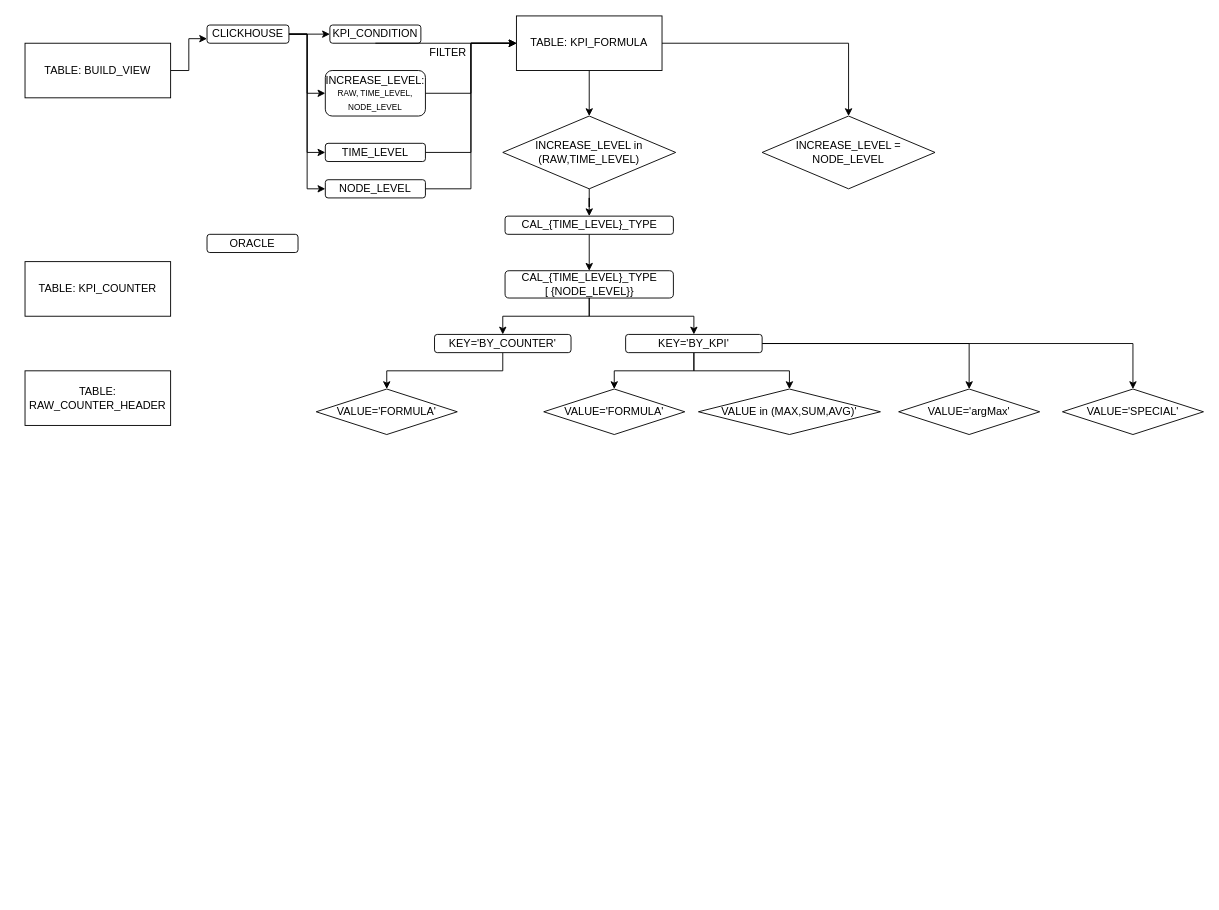
dinhthengoc2021998/hello-world keeps this draw.io diagram as Untitled Diagram.drawio. Above is the earlier version. Source tidied: cells renumbered, new cells numbered last; positions are measured from the earlier drawing's top-left corner, leaving out a move shared by most shapes. Both pictures are drawn from the tidied source at 91%, with x=0, y=0 at pixel (25, 15).
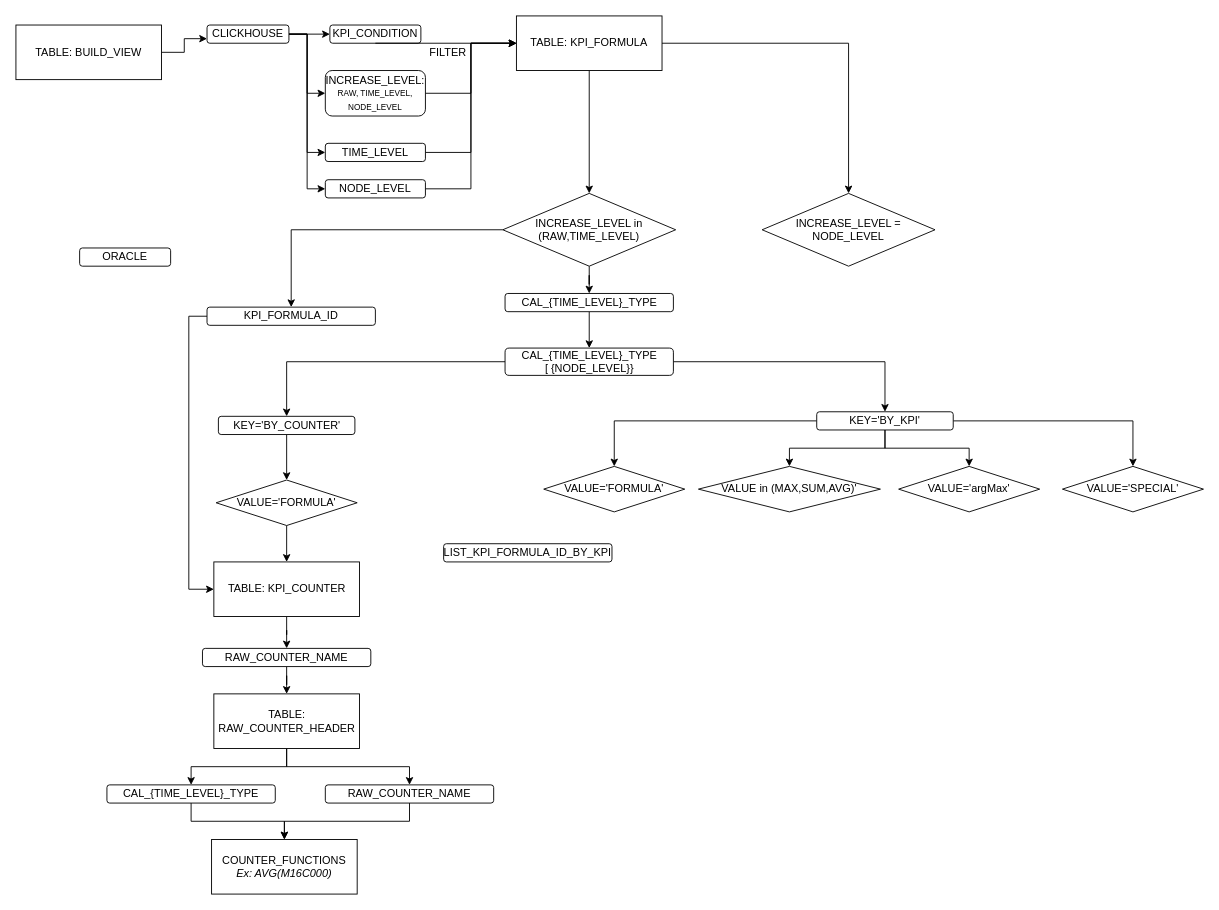
The same page after the edit.

The edit, as a diff of the source:
```diff
@@
     <mxCell id="3" value="TABLE: BUILD_VIEW" style="rounded=0;whiteSpace=wrap;html=1;" parent="1" vertex="1">
-      <mxGeometry y="30" width="160" height="60" as="geometry" />
+      <mxGeometry x="-10" y="10" width="160" height="60" as="geometry" />
     </mxCell>
@@
+    <mxCell id="44" style="edgeStyle=orthogonalEdgeStyle;rounded=0;jettySize=auto;html=1;entryX=0.5;entryY=0;entryDx=0;entryDy=0;" parent="1" edge="1" source="7" target="52">
+      <mxGeometry relative="1" as="geometry" />
+    </mxCell>
     <mxCell id="7" value="TABLE: KPI_COUNTER" style="rounded=0;whiteSpace=wrap;html=1;" parent="1" vertex="1">
-      <mxGeometry y="270" width="160" height="60" as="geometry" />
+      <mxGeometry x="207.5" y="600" width="160" height="60" as="geometry" />
     </mxCell>
+    <mxCell id="45" style="edgeStyle=orthogonalEdgeStyle;rounded=0;jettySize=auto;html=1;entryX=0.5;entryY=0;entryDx=0;entryDy=0;" parent="1" edge="1" source="8" target="54">
+      <mxGeometry relative="1" as="geometry" />
+    </mxCell>
+    <mxCell id="46" style="edgeStyle=orthogonalEdgeStyle;rounded=0;jettySize=auto;html=1;" parent="1" edge="1" source="8" target="56">
+      <mxGeometry relative="1" as="geometry" />
+    </mxCell>
     <mxCell id="8" value="TABLE: RAW_COUNTER_HEADER" style="rounded=0;whiteSpace=wrap;html=1;" parent="1" vertex="1">
-      <mxGeometry y="390" width="160" height="60" as="geometry" />
+      <mxGeometry x="207.5" y="745" width="160" height="60" as="geometry" />
     </mxCell>
@@
     <mxCell id="14" value="ORACLE" style="rounded=1;whiteSpace=wrap;html=1;" parent="1" vertex="1">
-      <mxGeometry x="200" y="240" width="100" height="20" as="geometry" />
+      <mxGeometry x="60" y="255" width="100" height="20" as="geometry" />
     </mxCell>
@@
+    <mxCell id="47" style="edgeStyle=orthogonalEdgeStyle;rounded=0;jettySize=auto;html=1;" parent="1" edge="1" source="23" target="50">
+      <mxGeometry relative="1" as="geometry" />
+    </mxCell>
     <mxCell id="23" value="INCREASE_LEVEL in (RAW,TIME_LEVEL)" style="rhombus;whiteSpace=wrap;html=1;" parent="1" vertex="1">
-      <mxGeometry x="525" y="110" width="190" height="80" as="geometry" />
+      <mxGeometry x="525" y="195" width="190" height="80" as="geometry" />
     </mxCell>
     <mxCell id="24" value="INCREASE_LEVEL = NODE_LEVEL" style="rhombus;whiteSpace=wrap;html=1;" parent="1" vertex="1">
-      <mxGeometry x="810" y="110" width="190" height="80" as="geometry" />
+      <mxGeometry x="810" y="195" width="190" height="80" as="geometry" />
     </mxCell>
@@
     <mxCell id="26" value="CAL_{TIME_LEVEL}_TYPE" style="rounded=1;whiteSpace=wrap;html=1;" parent="1" vertex="1">
-      <mxGeometry x="527.5" y="220" width="185" height="20" as="geometry" />
+      <mxGeometry x="527.5" y="305" width="185" height="20" as="geometry" />
     </mxCell>
@@
     <mxCell id="31" value="CAL_{TIME_LEVEL}_TYPE &lt;br&gt;[ {NODE_LEVEL}}" style="rounded=1;whiteSpace=wrap;html=1;" parent="1" vertex="1">
-      <mxGeometry x="527.5" y="280" width="185" height="30" as="geometry" />
+      <mxGeometry x="527.5" y="365" width="185" height="30" as="geometry" />
     </mxCell>
@@
     <mxCell id="33" value="KEY='BY_COUNTER'" style="rounded=1;whiteSpace=wrap;html=1;" parent="1" vertex="1">
-      <mxGeometry x="450" y="350" width="150" height="20" as="geometry" />
+      <mxGeometry x="212.5" y="440" width="150" height="20" as="geometry" />
     </mxCell>
@@
     <mxCell id="38" value="KEY='BY_KPI'" style="rounded=1;whiteSpace=wrap;html=1;" parent="1" vertex="1">
-      <mxGeometry x="660" y="350" width="150" height="20" as="geometry" />
+      <mxGeometry x="870" y="435" width="150" height="20" as="geometry" />
     </mxCell>
+    <mxCell id="48" style="edgeStyle=orthogonalEdgeStyle;rounded=0;jettySize=auto;html=1;" parent="1" edge="1" source="39" target="7">
+      <mxGeometry relative="1" as="geometry" />
+    </mxCell>
     <mxCell id="39" value="VALUE='FORMULA'" style="rhombus;whiteSpace=wrap;html=1;" parent="1" vertex="1">
-      <mxGeometry x="320" y="410" width="155" height="50" as="geometry" />
+      <mxGeometry x="210" y="510" width="155" height="50" as="geometry" />
     </mxCell>
     <mxCell id="40" value="VALUE='FORMULA'" style="rhombus;whiteSpace=wrap;html=1;" parent="1" vertex="1">
-      <mxGeometry x="570" y="410" width="155" height="50" as="geometry" />
+      <mxGeometry x="570" y="495" width="155" height="50" as="geometry" />
     </mxCell>
     <mxCell id="41" value="VALUE in (MAX,SUM,AVG)'" style="rhombus;whiteSpace=wrap;html=1;" parent="1" vertex="1">
-      <mxGeometry x="740" y="410" width="200" height="50" as="geometry" />
+      <mxGeometry x="740" y="495" width="200" height="50" as="geometry" />
     </mxCell>
     <mxCell id="42" value="VALUE='argMax'" style="rhombus;whiteSpace=wrap;html=1;" parent="1" vertex="1">
-      <mxGeometry x="960" y="410" width="155" height="50" as="geometry" />
+      <mxGeometry x="960" y="495" width="155" height="50" as="geometry" />
     </mxCell>
     <mxCell id="43" value="VALUE='SPECIAL'" style="rhombus;whiteSpace=wrap;html=1;" parent="1" vertex="1">
-      <mxGeometry x="1140" y="410" width="155" height="50" as="geometry" />
+      <mxGeometry x="1140" y="495" width="155" height="50" as="geometry" />
     </mxCell>
+    <mxCell id="49" style="edgeStyle=orthogonalEdgeStyle;rounded=0;jettySize=auto;html=1;entryX=0;entryY=0.5;entryDx=0;entryDy=0;" parent="1" edge="1" source="50" target="7">
+      <mxGeometry relative="1" as="geometry">
+        <Array as="points">
+          <mxPoint x="180" y="330" />
+          <mxPoint x="180" y="630" />
+        </Array>
+      </mxGeometry>
+    </mxCell>
+    <mxCell id="50" value="KPI_FORMULA_ID" style="rounded=1;whiteSpace=wrap;html=1;" parent="1" vertex="1">
+      <mxGeometry x="200" y="320" width="185" height="20" as="geometry" />
+    </mxCell>
+    <mxCell id="51" style="edgeStyle=orthogonalEdgeStyle;rounded=0;jettySize=auto;html=1;entryX=0.5;entryY=0;entryDx=0;entryDy=0;" parent="1" edge="1" source="52" target="8">
+      <mxGeometry relative="1" as="geometry" />
+    </mxCell>
+    <mxCell id="52" value="RAW_COUNTER_NAME" style="rounded=1;whiteSpace=wrap;html=1;" parent="1" vertex="1">
+      <mxGeometry x="195" y="695" width="185" height="20" as="geometry" />
+    </mxCell>
+    <mxCell id="53" style="edgeStyle=orthogonalEdgeStyle;rounded=0;jettySize=auto;html=1;" parent="1" edge="1" source="54" target="57">
+      <mxGeometry relative="1" as="geometry" />
+    </mxCell>
+    <mxCell id="54" value="CAL_{TIME_LEVEL}_TYPE" style="rounded=1;whiteSpace=wrap;html=1;" parent="1" vertex="1">
+      <mxGeometry x="90" y="845" width="185" height="20" as="geometry" />
+    </mxCell>
+    <mxCell id="55" style="edgeStyle=orthogonalEdgeStyle;rounded=0;jettySize=auto;html=1;" parent="1" edge="1" source="56" target="57">
+      <mxGeometry relative="1" as="geometry" />
+    </mxCell>
+    <mxCell id="56" value="RAW_COUNTER_NAME" style="rounded=1;whiteSpace=wrap;html=1;" parent="1" vertex="1">
+      <mxGeometry x="330" y="845" width="185" height="20" as="geometry" />
+    </mxCell>
+    <mxCell id="57" value="COUNTER_FUNCTIONS&lt;br&gt;&lt;i&gt;Ex: AVG(M16C000)&lt;/i&gt;" style="rounded=0;whiteSpace=wrap;html=1;" parent="1" vertex="1">
+      <mxGeometry x="205" y="905" width="160" height="60" as="geometry" />
+    </mxCell>
+    <mxCell id="58" value="LIST_KPI_FORMULA_ID_BY_KPI" style="rounded=1;whiteSpace=wrap;html=1;" parent="1" vertex="1">
+      <mxGeometry x="460" y="580" width="185" height="20" as="geometry" />
+    </mxCell>
```
